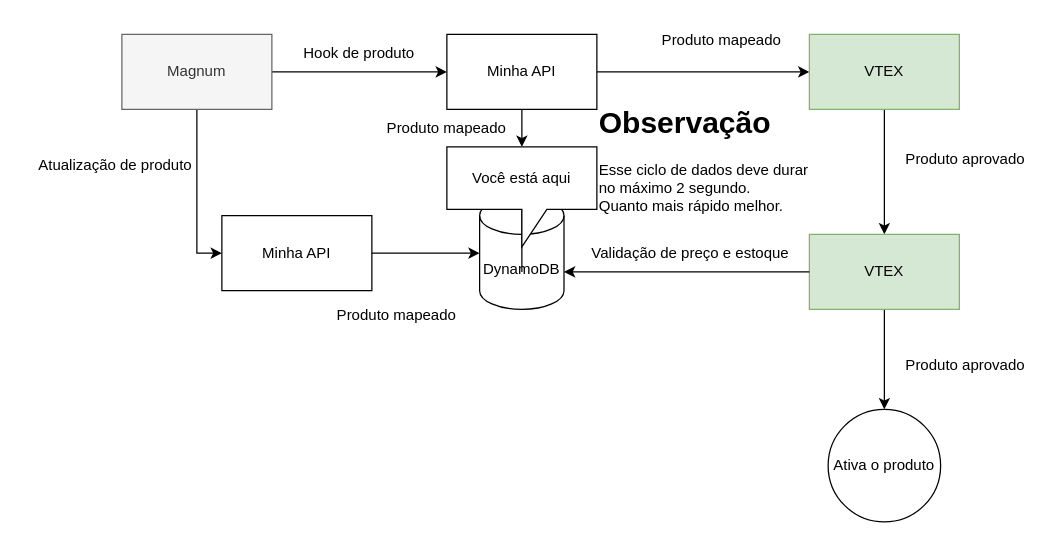
This is fluxo-tech-magnum.drawio from GustavoOliveira11/flowcharts, a draw.io file, before an edit. Source tidied: cells renumbered, new cells numbered last; positions are measured from the earlier drawing's top-left corner, leaving out a move shared by most shapes. Both pictures are drawn from the tidied source at 125%, with x=0, y=0 at pixel (21, 21).
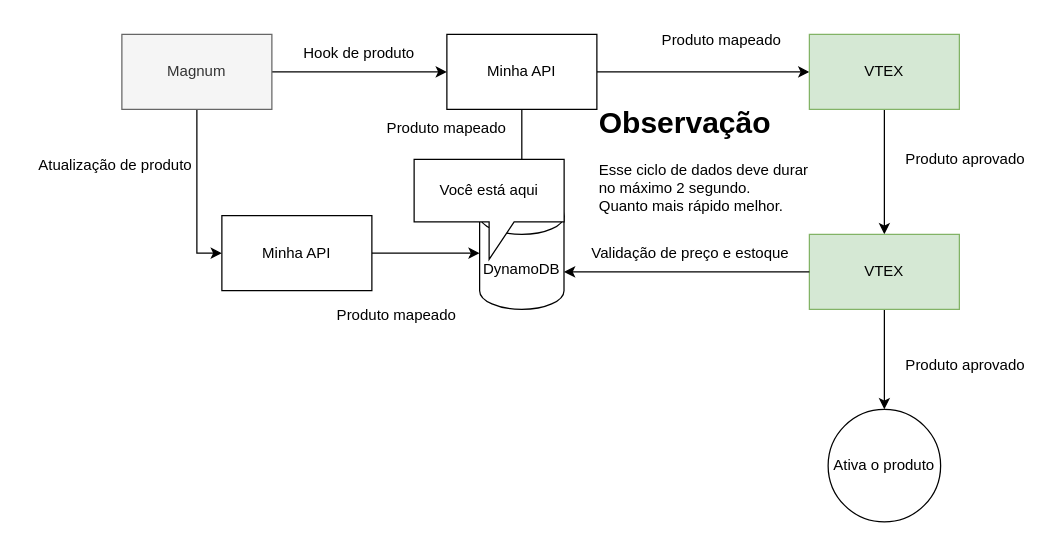
The same page after the edit.

The change refers to these unchanged cells:
```xml
<mxCell id="6" value="Minha API" style="rounded=0;whiteSpace=wrap;html=1;" parent="1" vertex="1">
  <mxGeometry x="340" y="10" width="120" height="60" as="geometry" />
</mxCell>
<mxCell id="15" value="DynamoDB" style="shape=cylinder3;whiteSpace=wrap;html=1;boundedLbl=1;backgroundOutline=1;size=15;" parent="1" vertex="1">
  <mxGeometry x="366.2" y="140" width="67.5" height="90" as="geometry" />
</mxCell>
```

The edit, as a diff of the source:
```diff
@@
-    <mxCell id="16" style="edgeStyle=orthogonalEdgeStyle;rounded=0;jettySize=auto;html=1;entryX=0.5;entryY=0;entryDx=0;entryDy=0;entryPerimeter=0;" parent="1" edge="1" source="27" target="15">
+    <mxCell id="16" style="edgeStyle=orthogonalEdgeStyle;rounded=0;jettySize=auto;html=1;entryX=0.5;entryY=0;entryDx=0;entryDy=0;entryPerimeter=0;" parent="1" edge="1" source="6" target="15">
       <mxGeometry relative="1" as="geometry" />
     </mxCell>
@@
+    <mxCell id="27" value="Você está aqui" style="shape=callout;whiteSpace=wrap;html=1;perimeter=calloutPerimeter;" parent="1" vertex="1">
+      <mxGeometry x="313.8" y="110" width="120" height="80" as="geometry" />
+    </mxCell>
@@
-    <mxCell id="26" style="edgeStyle=orthogonalEdgeStyle;rounded=0;jettySize=auto;html=1;entryX=0.5;entryY=0;entryDx=0;entryDy=0;entryPerimeter=0;" parent="1" edge="1" source="6" target="27">
-      <mxGeometry relative="1" as="geometry" />
-    </mxCell>
-    <mxCell id="27" value="Você está aqui" style="shape=callout;whiteSpace=wrap;html=1;perimeter=calloutPerimeter;" parent="1" vertex="1">
-      <mxGeometry x="340" y="100" width="120" height="80" as="geometry" />
-    </mxCell>
```
